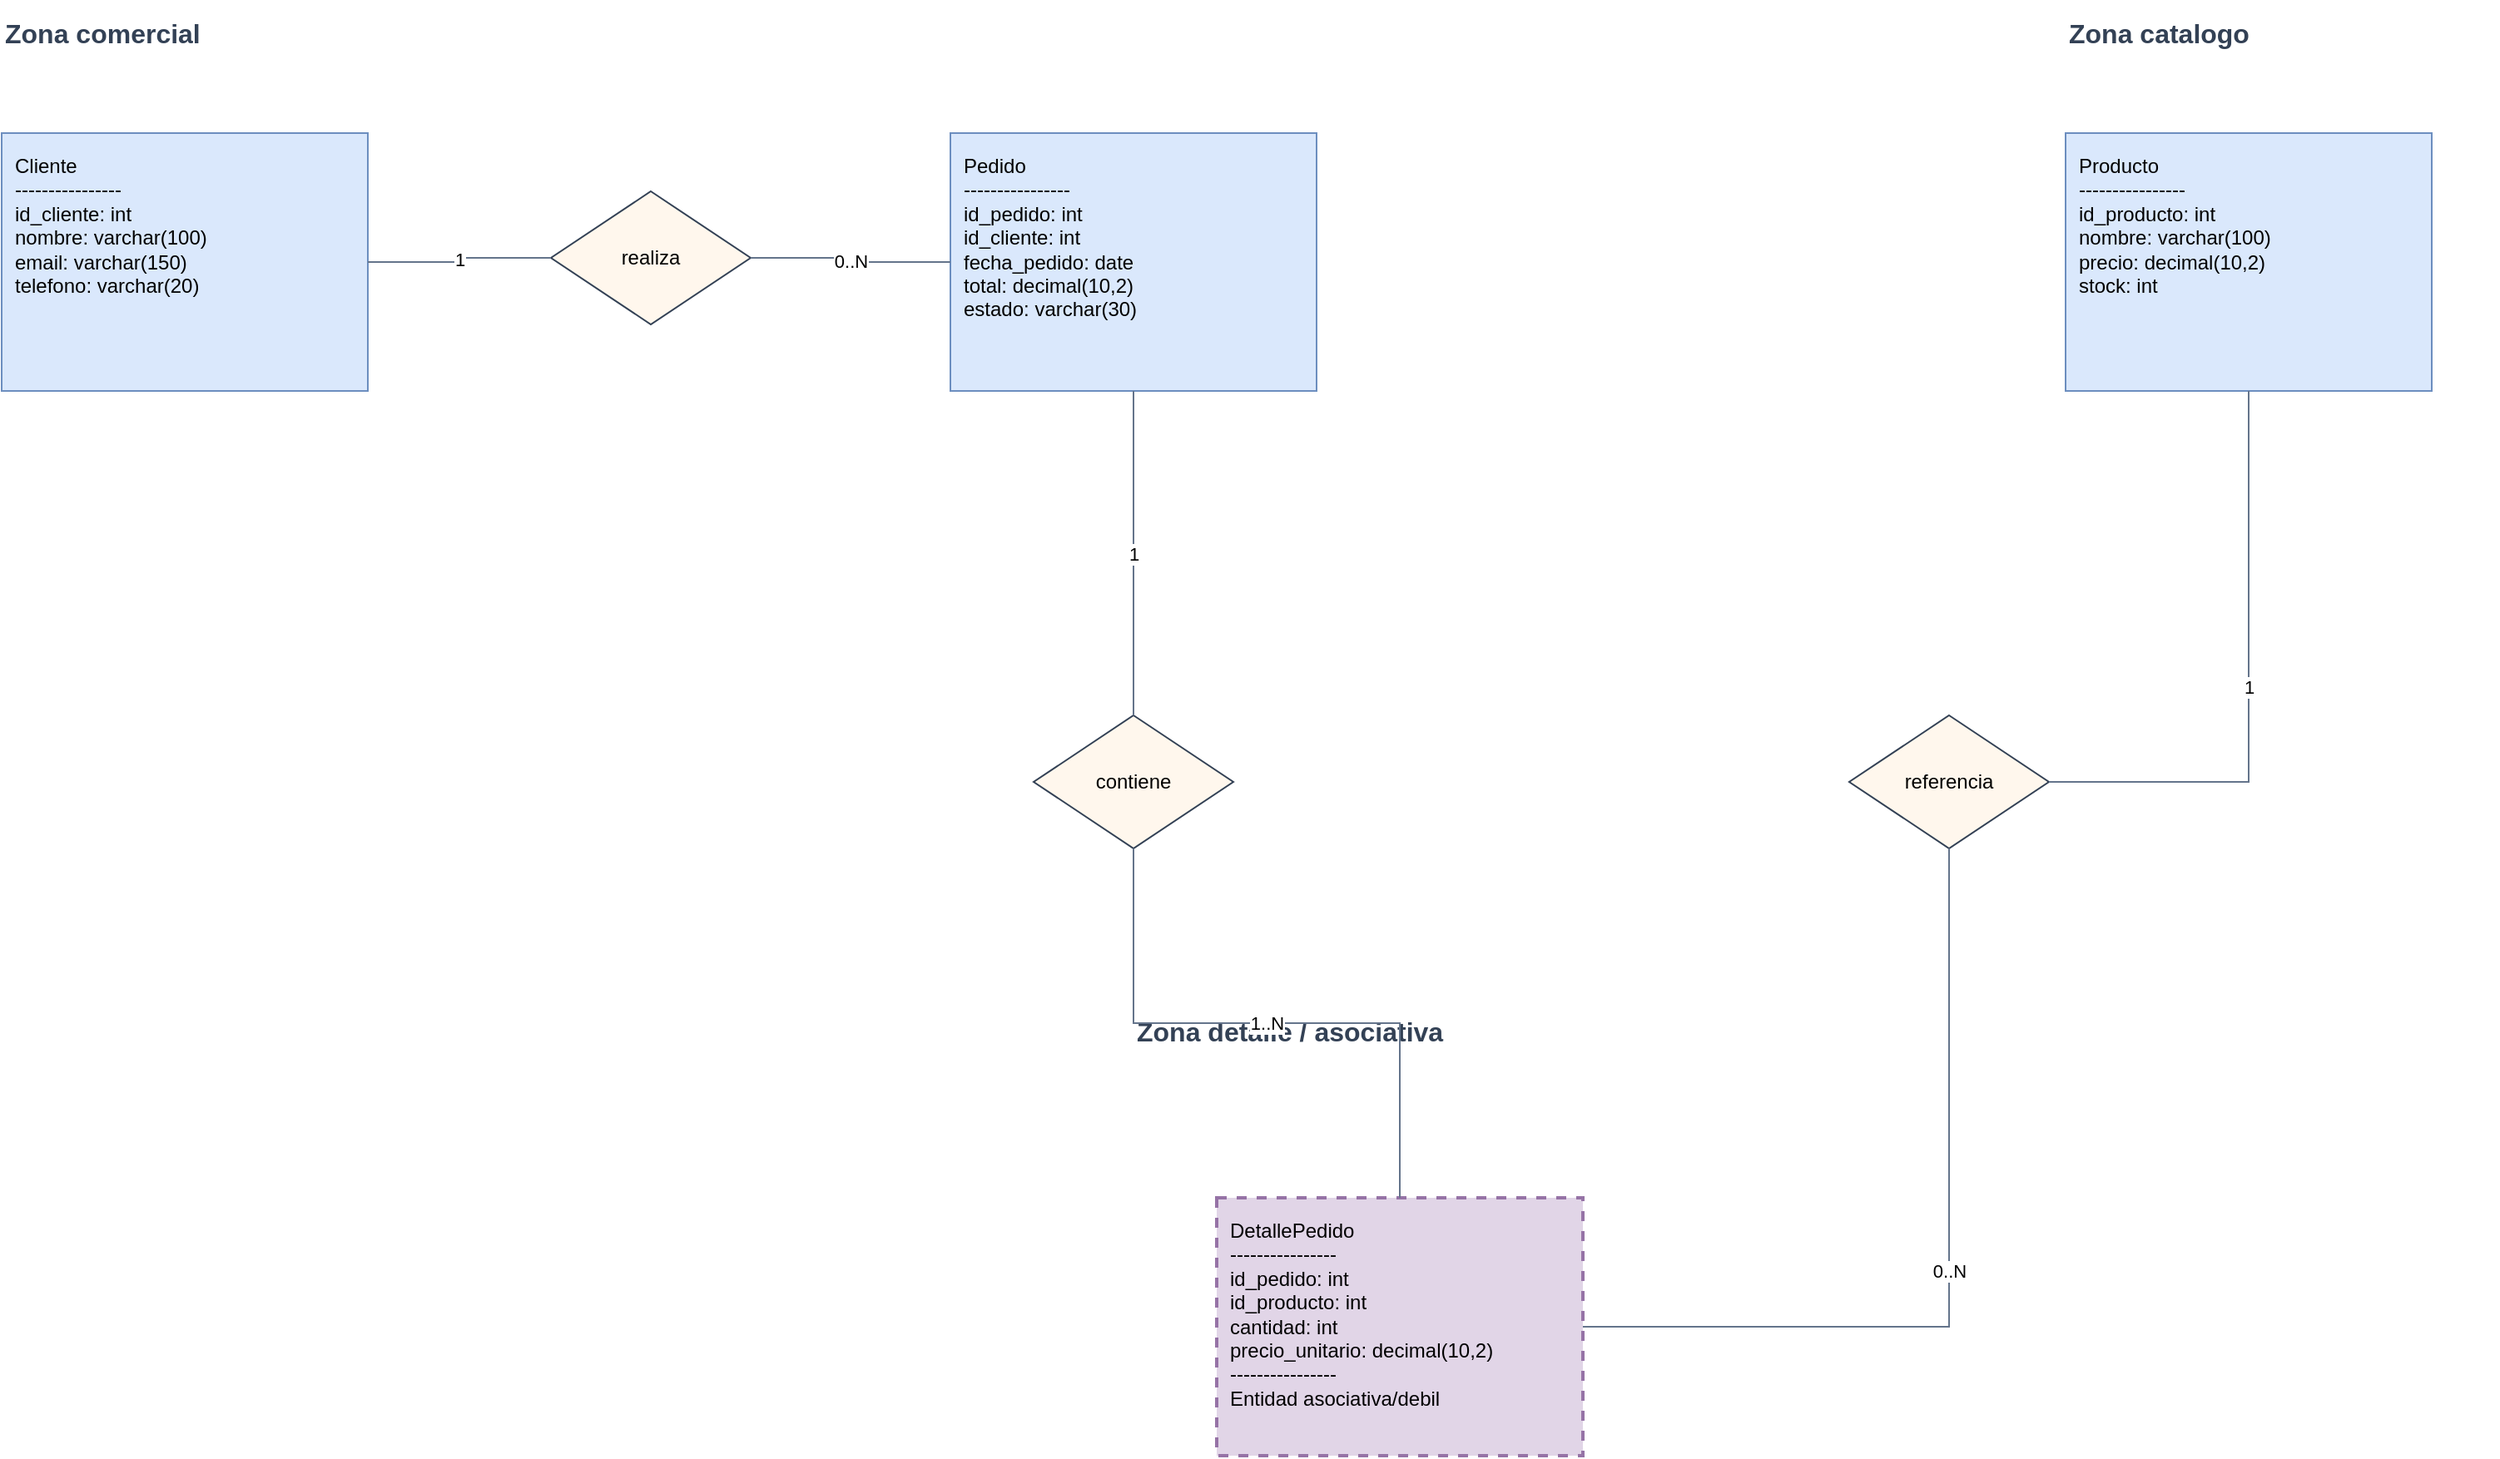
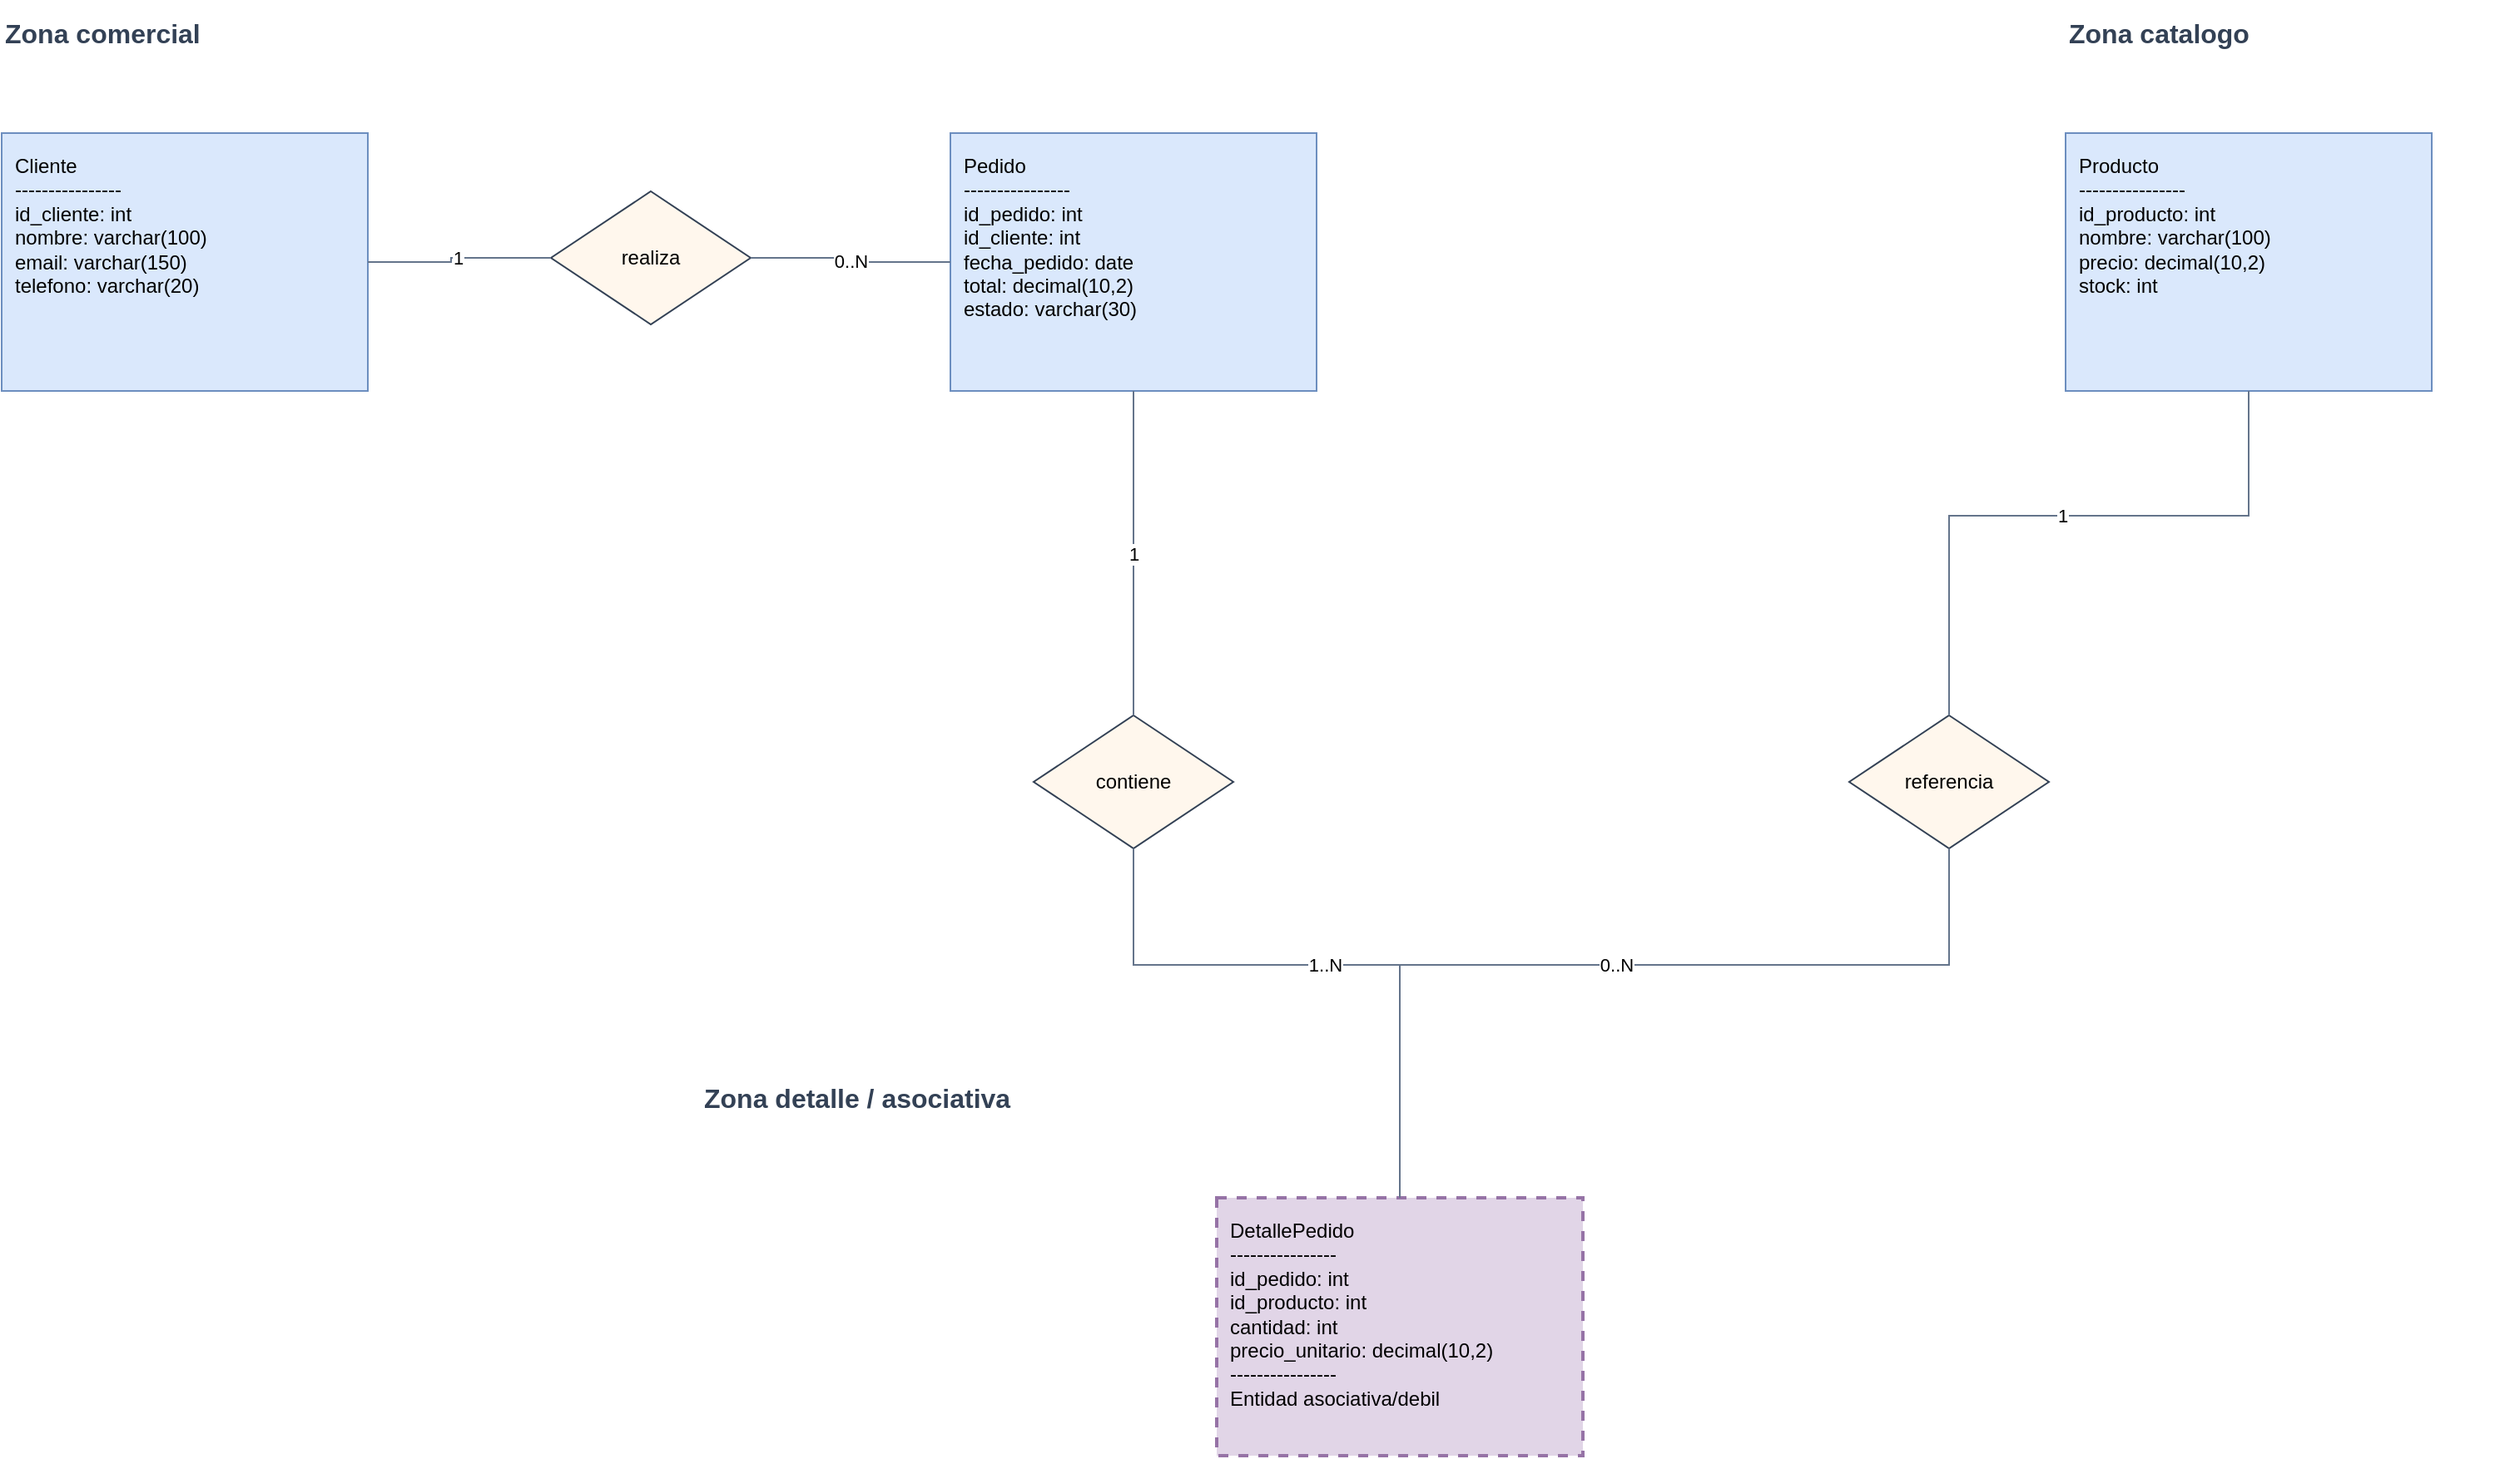
<?xml version='1.0' encoding='utf-8'?>
<mxfile host="app.diagrams.net" agent="drawio-mer-skill" version="24.7.17">
  <diagram id="mere_ejemplo" name="MERE">
    <mxGraphModel dx="1200" dy="900" grid="1" gridSize="10" guides="1" tooltips="1" connect="1" arrows="1" fold="1" page="1" pageScale="1" pageWidth="2400" pageHeight="1600" math="0" shadow="0">
      <root>
        <mxCell id="0" />
        <mxCell id="1" parent="0" />
        <mxCell id="zone_comercial" value="Zona comercial" style="text;html=1;strokeColor=none;fillColor=none;align=left;verticalAlign=middle;whiteSpace=wrap;rounded=0;fontSize=16;fontStyle=1;fontColor=#334155;" vertex="1" parent="1">
          <mxGeometry x="80" y="40" width="260" height="40" as="geometry" />
        </mxCell>
        <mxCell id="zone_catalogo" value="Zona catalogo" style="text;html=1;strokeColor=none;fillColor=none;align=left;verticalAlign=middle;whiteSpace=wrap;rounded=0;fontSize=16;fontStyle=1;fontColor=#334155;" vertex="1" parent="1">
          <mxGeometry x="1320" y="40" width="260" height="40" as="geometry" />
        </mxCell>
        <mxCell id="zone_detalle" value="Zona detalle / asociativa" style="text;html=1;strokeColor=none;fillColor=none;align=left;verticalAlign=middle;whiteSpace=wrap;rounded=0;fontSize=16;fontStyle=1;fontColor=#334155;" vertex="1" parent="1">
-           <mxGeometry x="760" y="640" width="260" height="40" as="geometry" />
+           <mxGeometry x="500" y="680" width="260" height="40" as="geometry" />
        </mxCell>
        <mxCell id="entity_cliente" value="Cliente&lt;br&gt;----------------&lt;br&gt;id_cliente: int&lt;br&gt;nombre: varchar(100)&lt;br&gt;email: varchar(150)&lt;br&gt;telefono: varchar(20)" style="rounded=0;whiteSpace=wrap;html=1;align=left;verticalAlign=top;spacing=8;fontSize=12;strokeColor=#6c8ebf;fillColor=#dae8fc;" vertex="1" parent="1">
          <mxGeometry x="80" y="120" width="220" height="155" as="geometry" />
        </mxCell>
        <mxCell id="entity_pedido" value="Pedido&lt;br&gt;----------------&lt;br&gt;id_pedido: int&lt;br&gt;id_cliente: int&lt;br&gt;fecha_pedido: date&lt;br&gt;total: decimal(10,2)&lt;br&gt;estado: varchar(30)" style="rounded=0;whiteSpace=wrap;html=1;align=left;verticalAlign=top;spacing=8;fontSize=12;strokeColor=#6c8ebf;fillColor=#dae8fc;" vertex="1" parent="1">
          <mxGeometry x="650" y="120" width="220" height="155" as="geometry" />
        </mxCell>
        <mxCell id="entity_producto" value="Producto&lt;br&gt;----------------&lt;br&gt;id_producto: int&lt;br&gt;nombre: varchar(100)&lt;br&gt;precio: decimal(10,2)&lt;br&gt;stock: int" style="rounded=0;whiteSpace=wrap;html=1;align=left;verticalAlign=top;spacing=8;fontSize=12;strokeColor=#6c8ebf;fillColor=#dae8fc;" vertex="1" parent="1">
          <mxGeometry x="1320" y="120" width="220" height="155" as="geometry" />
        </mxCell>
        <mxCell id="entity_detalle_pedido" value="DetallePedido&lt;br&gt;----------------&lt;br&gt;id_pedido: int&lt;br&gt;id_producto: int&lt;br&gt;cantidad: int&lt;br&gt;precio_unitario: decimal(10,2)&lt;br&gt;----------------&lt;br&gt;Entidad asociativa/debil" style="rounded=0;whiteSpace=wrap;html=1;align=left;verticalAlign=top;spacing=8;fontSize=12;strokeColor=#9673a6;fillColor=#e1d5e7;strokeWidth=2;dashed=1;" vertex="1" parent="1">
          <mxGeometry x="810" y="760" width="220" height="155" as="geometry" />
        </mxCell>
        <mxCell id="rel_realiza" value="realiza" style="rhombus;whiteSpace=wrap;html=1;align=center;verticalAlign=middle;fontSize=12;strokeColor=#334155;fillColor=#fff7ed;" vertex="1" parent="1">
          <mxGeometry x="410" y="155" width="120" height="80" as="geometry" />
        </mxCell>
        <mxCell id="rel_contiene" value="contiene" style="rhombus;whiteSpace=wrap;html=1;align=center;verticalAlign=middle;fontSize=12;strokeColor=#334155;fillColor=#fff7ed;" vertex="1" parent="1">
          <mxGeometry x="700" y="470" width="120" height="80" as="geometry" />
        </mxCell>
        <mxCell id="rel_referencia" value="referencia" style="rhombus;whiteSpace=wrap;html=1;align=center;verticalAlign=middle;fontSize=12;strokeColor=#334155;fillColor=#fff7ed;" vertex="1" parent="1">
          <mxGeometry x="1190" y="470" width="120" height="80" as="geometry" />
        </mxCell>
        <mxCell id="edge_cliente_realiza" value="1" style="edgeStyle=orthogonalEdgeStyle;rounded=0;orthogonalLoop=1;jettySize=auto;html=1;endArrow=none;endFill=0;strokeColor=#64748b;fontSize=11;" edge="1" parent="1" source="entity_cliente" target="rel_realiza">
-           <mxGeometry relative="1" as="geometry" />
+           <mxGeometry relative="1" as="geometry">
+             <Array as="points">
+               <mxPoint x="350" y="197.5" />
+               <mxPoint x="350" y="195" />
+             </Array>
+           </mxGeometry>
        </mxCell>
        <mxCell id="edge_realiza_pedido" value="0..N" style="edgeStyle=orthogonalEdgeStyle;rounded=0;orthogonalLoop=1;jettySize=auto;html=1;endArrow=none;endFill=0;strokeColor=#64748b;fontSize=11;" edge="1" parent="1" source="rel_realiza" target="entity_pedido">
-           <mxGeometry relative="1" as="geometry" />
+           <mxGeometry relative="1" as="geometry">
+             <Array as="points">
+               <mxPoint x="590" y="195" />
+               <mxPoint x="590" y="197.5" />
+             </Array>
+           </mxGeometry>
        </mxCell>
        <mxCell id="edge_pedido_contiene" value="1" style="edgeStyle=orthogonalEdgeStyle;rounded=0;orthogonalLoop=1;jettySize=auto;html=1;endArrow=none;endFill=0;strokeColor=#64748b;fontSize=11;" edge="1" parent="1" source="entity_pedido" target="rel_contiene">
-           <mxGeometry relative="1" as="geometry" />
+           <mxGeometry relative="1" as="geometry">
+             <Array as="points">
+               <mxPoint x="760" y="360" />
+             </Array>
+           </mxGeometry>
        </mxCell>
        <mxCell id="edge_contiene_detalle" value="1..N" style="edgeStyle=orthogonalEdgeStyle;rounded=0;orthogonalLoop=1;jettySize=auto;html=1;endArrow=none;endFill=0;strokeColor=#64748b;fontSize=11;" edge="1" parent="1" source="rel_contiene" target="entity_detalle_pedido">
-           <mxGeometry relative="1" as="geometry" />
+           <mxGeometry relative="1" as="geometry">
+             <Array as="points">
+               <mxPoint x="760" y="620" />
+               <mxPoint x="920" y="620" />
+             </Array>
+           </mxGeometry>
        </mxCell>
        <mxCell id="edge_detalle_referencia" value="0..N" style="edgeStyle=orthogonalEdgeStyle;rounded=0;orthogonalLoop=1;jettySize=auto;html=1;endArrow=none;endFill=0;strokeColor=#64748b;fontSize=11;" edge="1" parent="1" source="entity_detalle_pedido" target="rel_referencia">
-           <mxGeometry relative="1" as="geometry" />
+           <mxGeometry relative="1" as="geometry">
+             <Array as="points">
+               <mxPoint x="920" y="620" />
+               <mxPoint x="1250" y="620" />
+             </Array>
+           </mxGeometry>
        </mxCell>
        <mxCell id="edge_referencia_producto" value="1" style="edgeStyle=orthogonalEdgeStyle;rounded=0;orthogonalLoop=1;jettySize=auto;html=1;endArrow=none;endFill=0;strokeColor=#64748b;fontSize=11;" edge="1" parent="1" source="rel_referencia" target="entity_producto">
-           <mxGeometry relative="1" as="geometry" />
+           <mxGeometry relative="1" as="geometry">
+             <Array as="points">
+               <mxPoint x="1250" y="350" />
+               <mxPoint x="1430" y="350" />
+             </Array>
+           </mxGeometry>
        </mxCell>
      </root>
    </mxGraphModel>
  </diagram>
</mxfile>